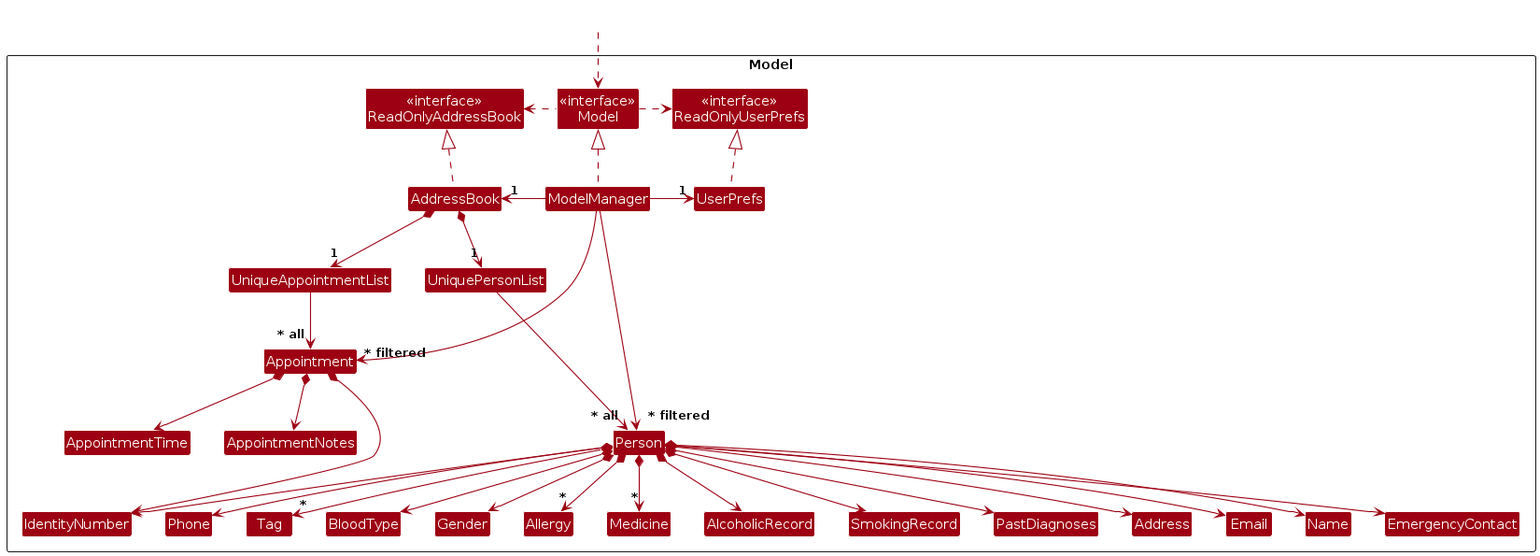
Above: diagrams/ModelClassDiagram.png in bananapielearnsjava/tp (PlantUML), before the change. Its source is kept beside it as diagrams/ModelClassDiagram.puml.
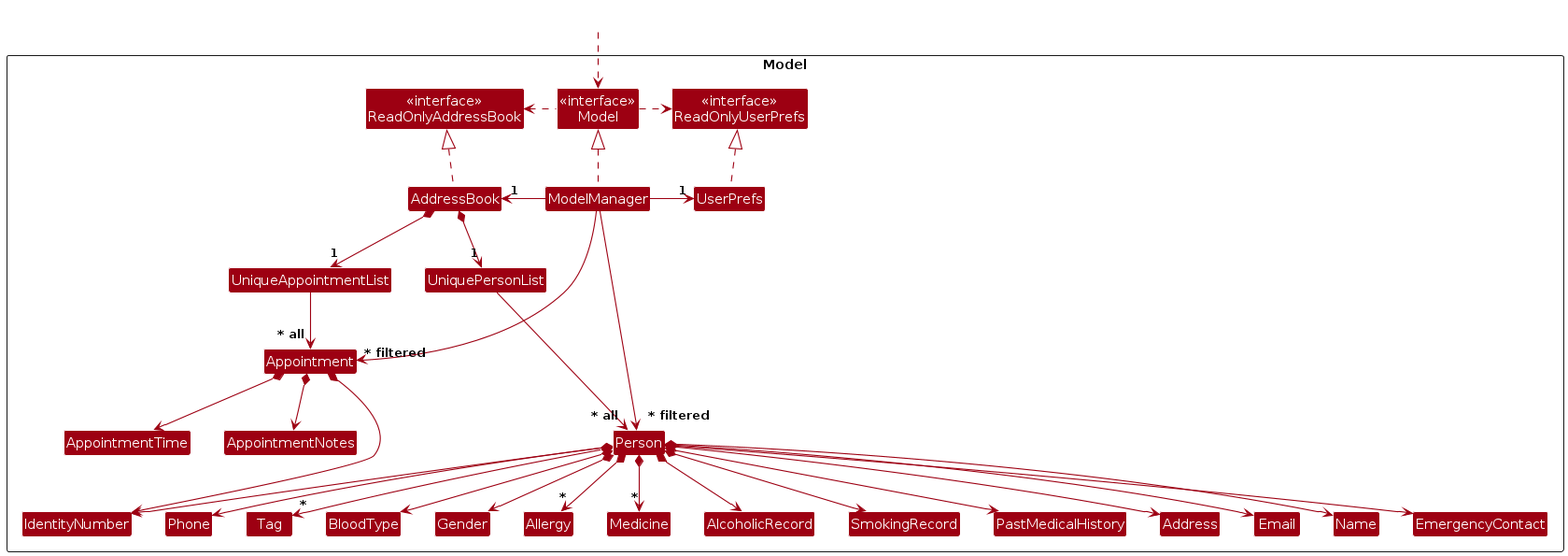
After the change.

The edit, as a diff of the source:
```diff
@@ -27,7 +27,7 @@
 Class Medicine
 Class AlcoholicRecord
 Class SmokingRecord
-Class PastDiagnoses
+Class PastMedicalHistory
 Class UniqueAppointmentList
 Class Appointment
 Class AppointmentTime
@@ -65,7 +65,7 @@
 Person *--> "*" Allergy
 Person *--> AlcoholicRecord
 Person *--> SmokingRecord
-Person *--> PastDiagnoses
+Person *--> PastMedicalHistory
 
 Appointment *--> AppointmentTime
 Appointment *--> AppointmentNotes
```
